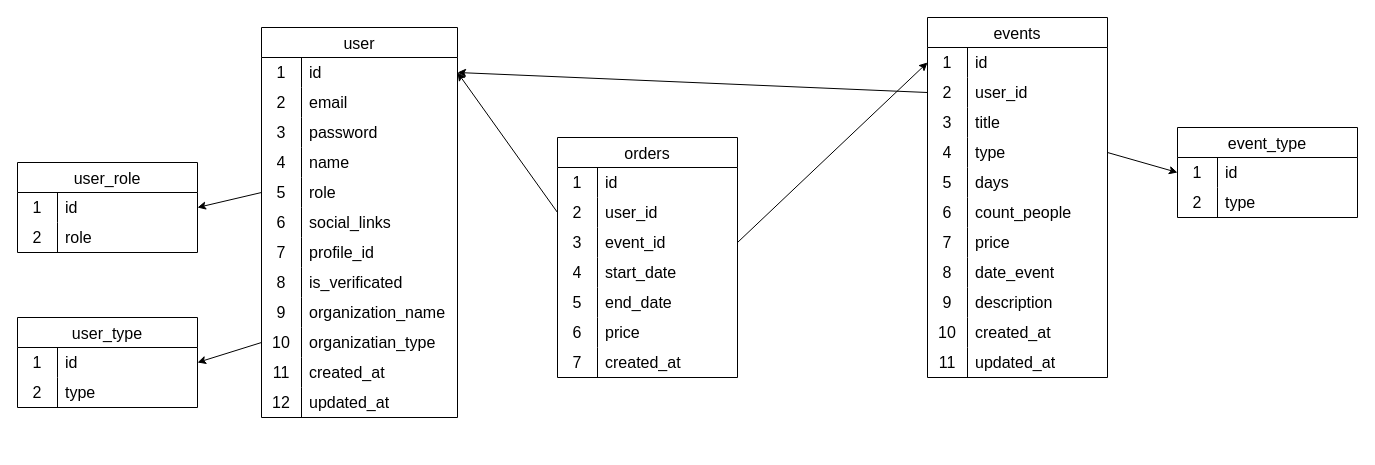
Above: api/prisma/schema/database.drawio in BlackDarkes/NorthGuide (draw.io), before the change. Source tidied: cells renumbered, new cells numbered last; positions are measured from the earlier drawing's top-left corner, leaving out a move shared by most shapes. Both pictures are drawn from the tidied source at 100%, with x=0, y=0 at pixel (17, 17).
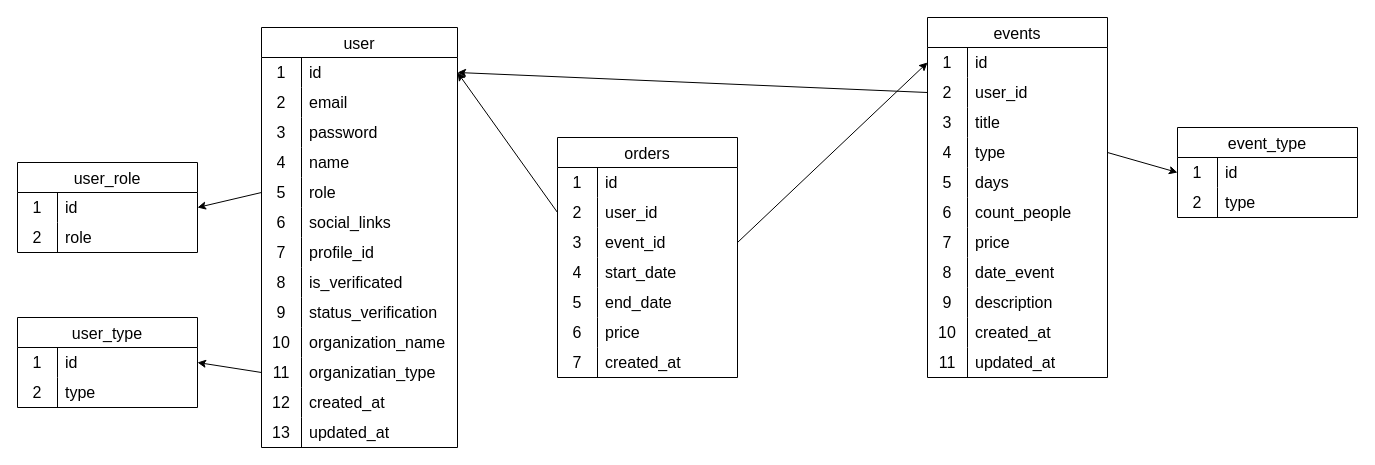
Above is the later version.

The edit, as a diff of the source:
```diff
@@
     <mxCell id="2" value="user" style="shape=table;startSize=30;childLayout=tableLayout;rowLines=0;fontStyle=0;strokeColor=default;fontSize=16;" parent="1" vertex="1">
-      <mxGeometry x="244" y="10" width="196" height="390" as="geometry" />
+      <mxGeometry x="244" y="10" width="196" height="420" as="geometry" />
     </mxCell>
@@
+    <mxCell id="122" style="shape=tableRow;horizontal=0;startSize=0;swimlaneHead=0;swimlaneBody=0;top=0;left=0;bottom=0;right=0;fillColor=none;strokeColor=inherit;fontSize=16;" parent="2" vertex="1">
+      <mxGeometry y="270" width="196" height="30" as="geometry" />
+    </mxCell>
+    <mxCell id="123" value="9" style="shape=partialRectangle;html=1;whiteSpace=wrap;fillColor=none;top=0;left=0;bottom=0;right=0;overflow=hidden;strokeColor=inherit;fontSize=16;" parent="122" vertex="1">
+      <mxGeometry width="40" height="30" as="geometry" />
+    </mxCell>
+    <mxCell id="124" value="status_verification" style="shape=partialRectangle;html=1;whiteSpace=wrap;fillColor=none;top=0;left=0;bottom=0;right=0;align=left;spacingLeft=6;overflow=hidden;strokeColor=inherit;fontSize=16;" parent="122" vertex="1">
+      <mxGeometry x="40" width="156" height="30" as="geometry" />
+    </mxCell>
     <mxCell id="27" style="shape=tableRow;horizontal=0;startSize=0;swimlaneHead=0;swimlaneBody=0;top=0;left=0;bottom=0;right=0;fillColor=none;strokeColor=inherit;fontSize=16;" parent="2" vertex="1">
-      <mxGeometry y="270" width="196" height="30" as="geometry" />
+      <mxGeometry y="300" width="196" height="30" as="geometry" />
     </mxCell>
-    <mxCell id="28" value="9" style="shape=partialRectangle;html=1;whiteSpace=wrap;fillColor=none;top=0;left=0;bottom=0;right=0;overflow=hidden;strokeColor=inherit;fontSize=16;" parent="27" vertex="1">
+    <mxCell id="28" value="10" style="shape=partialRectangle;html=1;whiteSpace=wrap;fillColor=none;top=0;left=0;bottom=0;right=0;overflow=hidden;strokeColor=inherit;fontSize=16;" parent="27" vertex="1">
       <mxGeometry width="40" height="30" as="geometry" />
     </mxCell>
@@
     <mxCell id="30" style="shape=tableRow;horizontal=0;startSize=0;swimlaneHead=0;swimlaneBody=0;top=0;left=0;bottom=0;right=0;fillColor=none;points=[[0,0.5],[1,0.5]];portConstraint=eastwest;strokeColor=inherit;fontSize=16;" parent="2" vertex="1">
-      <mxGeometry y="300" width="196" height="30" as="geometry" />
+      <mxGeometry y="330" width="196" height="30" as="geometry" />
     </mxCell>
-    <mxCell id="31" value="10" style="shape=partialRectangle;html=1;whiteSpace=wrap;fillColor=none;top=0;left=0;bottom=0;right=0;overflow=hidden;strokeColor=inherit;fontSize=16;" parent="30" vertex="1">
+    <mxCell id="31" value="11" style="shape=partialRectangle;html=1;whiteSpace=wrap;fillColor=none;top=0;left=0;bottom=0;right=0;overflow=hidden;strokeColor=inherit;fontSize=16;" parent="30" vertex="1">
       <mxGeometry width="40" height="30" as="geometry" />
     </mxCell>
@@
     <mxCell id="33" style="shape=tableRow;horizontal=0;startSize=0;swimlaneHead=0;swimlaneBody=0;top=0;left=0;bottom=0;right=0;fillColor=none;strokeColor=inherit;fontSize=16;" parent="2" vertex="1">
-      <mxGeometry y="330" width="196" height="30" as="geometry" />
+      <mxGeometry y="360" width="196" height="30" as="geometry" />
     </mxCell>
-    <mxCell id="34" value="11" style="shape=partialRectangle;html=1;whiteSpace=wrap;fillColor=none;top=0;left=0;bottom=0;right=0;overflow=hidden;strokeColor=inherit;fontSize=16;" parent="33" vertex="1">
+    <mxCell id="34" value="12" style="shape=partialRectangle;html=1;whiteSpace=wrap;fillColor=none;top=0;left=0;bottom=0;right=0;overflow=hidden;strokeColor=inherit;fontSize=16;" parent="33" vertex="1">
       <mxGeometry width="40" height="30" as="geometry" />
     </mxCell>
@@
     <mxCell id="36" style="shape=tableRow;horizontal=0;startSize=0;swimlaneHead=0;swimlaneBody=0;top=0;left=0;bottom=0;right=0;fillColor=none;strokeColor=inherit;fontSize=16;" parent="2" vertex="1">
-      <mxGeometry y="360" width="196" height="30" as="geometry" />
+      <mxGeometry y="390" width="196" height="30" as="geometry" />
     </mxCell>
-    <mxCell id="37" value="12" style="shape=partialRectangle;html=1;whiteSpace=wrap;fillColor=none;top=0;left=0;bottom=0;right=0;overflow=hidden;strokeColor=inherit;fontSize=16;" parent="36" vertex="1">
+    <mxCell id="37" value="13" style="shape=partialRectangle;html=1;whiteSpace=wrap;fillColor=none;top=0;left=0;bottom=0;right=0;overflow=hidden;strokeColor=inherit;fontSize=16;" parent="36" vertex="1">
       <mxGeometry width="40" height="30" as="geometry" />
     </mxCell>
```
